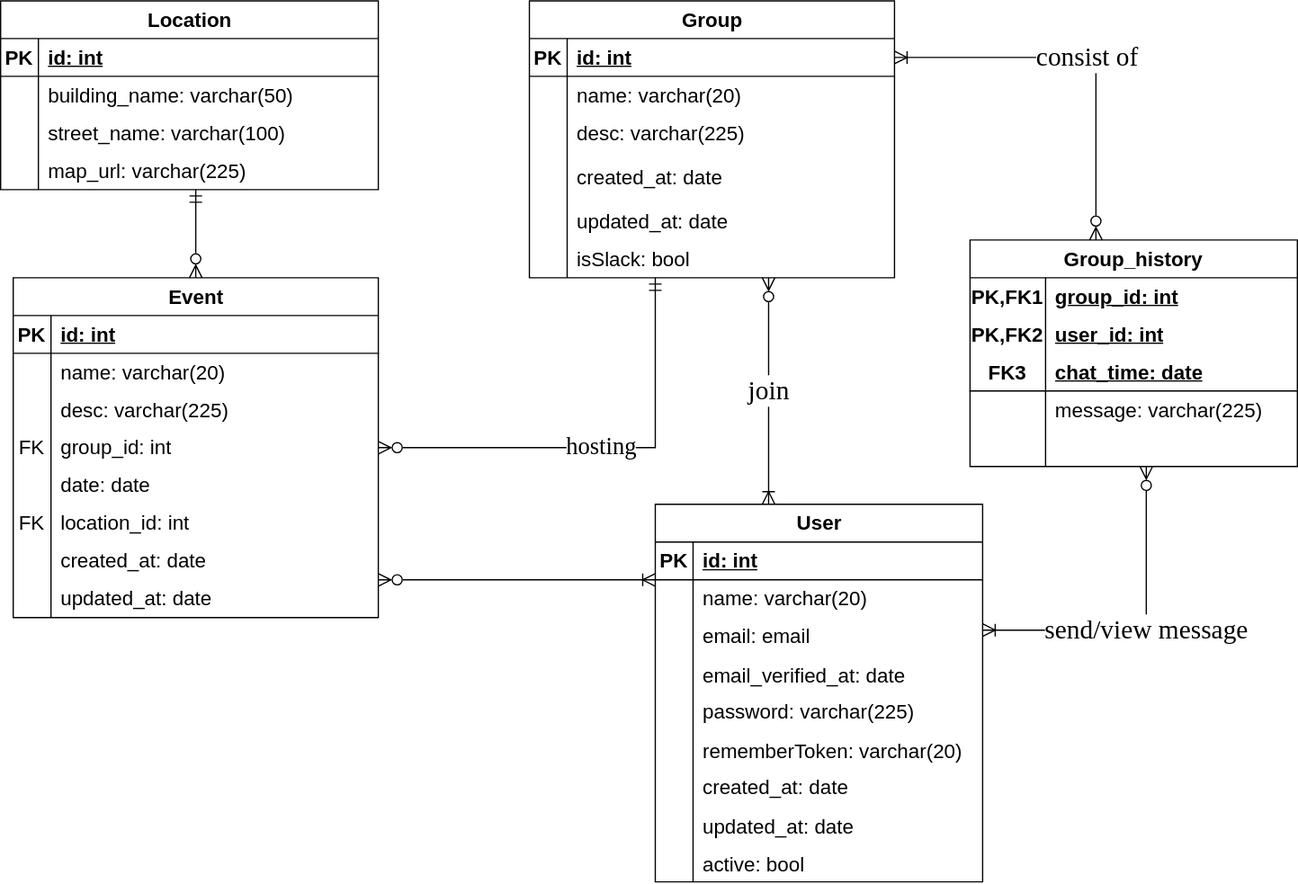
The draw.io diagram Tampa Bay Designer.drawio.svg in Aisha1098/intern, before a commit. Source tidied: cells renumbered, new cells last; positions are measured from the earlier drawing's top-left corner, leaving out a move shared by most shapes.
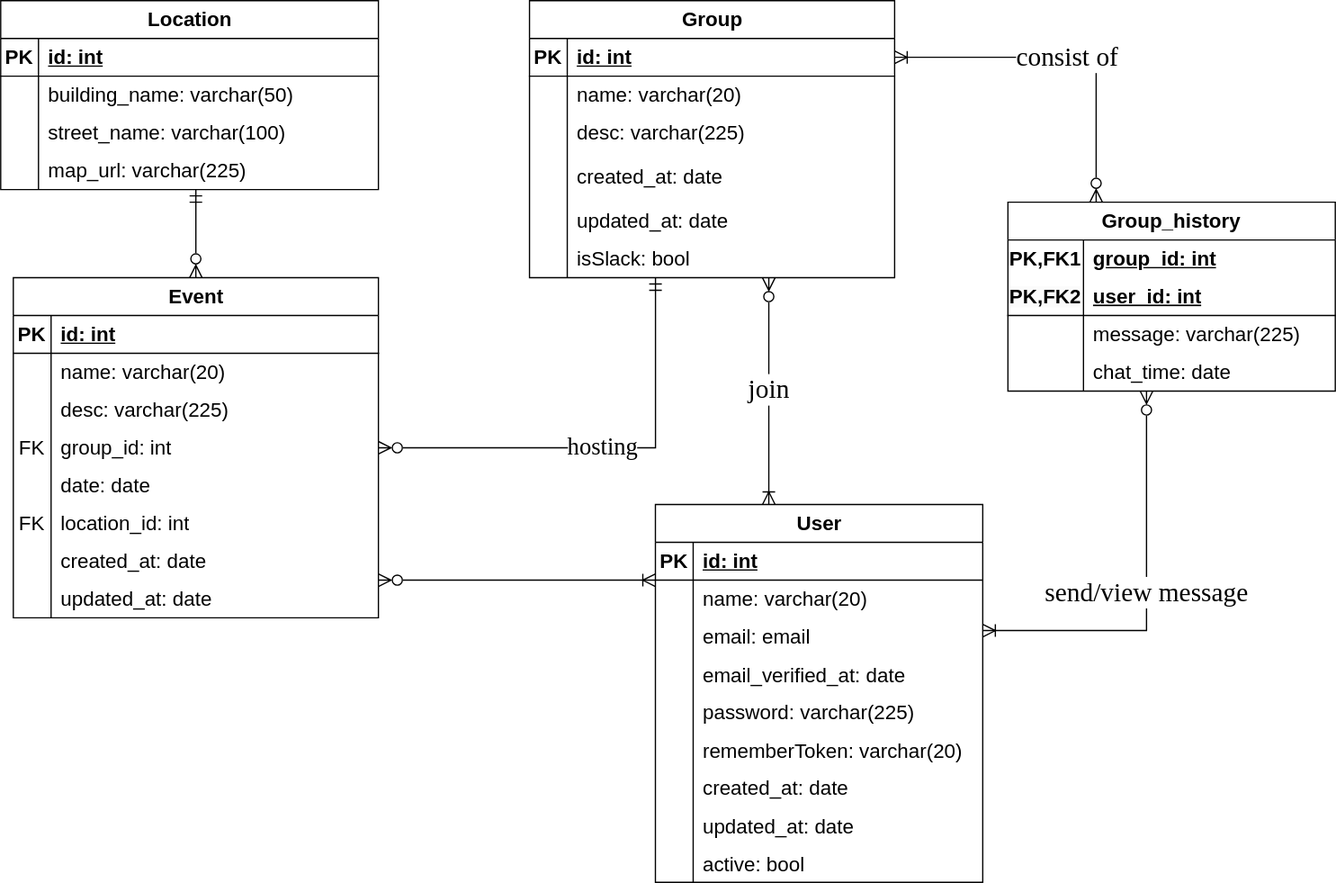
After the commit.

What changed in the source:
```diff
@@ -273,7 +273,7 @@
       <mxGeometry x="30" width="230" height="30" as="geometry" />
     </mxCell>
     <mxCell id="89" value="Group_history" style="shape=table;startSize=30;rowLines=0;fontStyle=1;align=center;html=1;whiteSpace=wrap;fontSize=16;" parent="1" vertex="1">
-      <mxGeometry x="770" y="190" width="260" height="180" as="geometry" />
+      <mxGeometry x="800" y="160" width="260" height="150" as="geometry" />
     </mxCell>
     <mxCell id="90" style="shape=tableRow;horizontal=0;startSize=0;swimlaneHead=0;swimlaneBody=0;fillColor=none;top=0;left=0;right=0;bottom=0;html=1;fontSize=16;" parent="89" vertex="1">
       <mxGeometry y="30" width="260" height="30" as="geometry" />
@@ -284,26 +284,17 @@
     <mxCell id="92" value="group_id: int" style="shape=partialRectangle;fillColor=none;top=0;left=0;bottom=0;right=0;align=left;spacingLeft=6;fontStyle=5;overflow=hidden;html=1;whiteSpace=wrap;fontSize=16;" parent="90" vertex="1">
       <mxGeometry x="60" width="200" height="30" as="geometry" />
     </mxCell>
-    <mxCell id="93" style="shape=tableRow;horizontal=0;startSize=0;swimlaneHead=0;swimlaneBody=0;fillColor=none;top=0;left=0;right=0;bottom=0;fontSize=16;" parent="89" vertex="1">
-      <mxGeometry y="60" width="260" height="30" as="geometry" />
-    </mxCell>
-    <mxCell id="94" value="&lt;b&gt;PK,FK2&lt;/b&gt;" style="shape=partialRectangle;fillColor=none;top=0;left=0;bottom=0;right=0;fontStyle=0;overflow=hidden;whiteSpace=wrap;html=1;fontSize=16;" parent="93" vertex="1">
-      <mxGeometry width="60" height="30" as="geometry" />
-    </mxCell>
-    <mxCell id="95" value="&lt;b&gt;&lt;u&gt;user_id: int&lt;/u&gt;&lt;/b&gt;" style="shape=partialRectangle;fillColor=none;top=0;left=0;bottom=0;right=0;align=left;spacingLeft=6;fontStyle=0;overflow=hidden;whiteSpace=wrap;html=1;fontSize=16;" parent="93" vertex="1">
-      <mxGeometry x="60" width="200" height="30" as="geometry" />
-    </mxCell>
     <mxCell id="96" style="shape=tableRow;horizontal=0;startSize=0;swimlaneHead=0;swimlaneBody=0;fillColor=none;top=0;left=0;right=0;bottom=1;html=1;fontSize=16;" parent="89" vertex="1">
-      <mxGeometry y="90" width="260" height="30" as="geometry" />
+      <mxGeometry y="60" width="260" height="30" as="geometry" />
     </mxCell>
-    <mxCell id="97" value="FK3" style="shape=partialRectangle;fillColor=none;top=0;left=0;bottom=0;right=0;fontStyle=1;overflow=hidden;html=1;whiteSpace=wrap;fontSize=16;" parent="96" vertex="1">
+    <mxCell id="97" value="&lt;b style=&quot;border-color: var(--border-color); color: rgb(0, 0, 0); font-family: Helvetica; font-size: 16px; font-style: normal; font-variant-ligatures: normal; font-variant-caps: normal; letter-spacing: normal; orphans: 2; text-align: center; text-indent: 0px; text-transform: none; widows: 2; word-spacing: 0px; -webkit-text-stroke-width: 0px; background-color: rgb(251, 251, 251); text-decoration-thickness: initial; text-decoration-style: initial; text-decoration-color: initial;&quot;&gt;PK,FK2&lt;/b&gt;" style="shape=partialRectangle;fillColor=none;top=0;left=0;bottom=0;right=0;fontStyle=1;overflow=hidden;html=1;whiteSpace=wrap;fontSize=16;" parent="96" vertex="1">
       <mxGeometry width="60" height="30" as="geometry" />
     </mxCell>
-    <mxCell id="98" value="chat_time: date" style="shape=partialRectangle;fillColor=none;top=0;left=0;bottom=0;right=0;align=left;spacingLeft=6;fontStyle=5;overflow=hidden;html=1;whiteSpace=wrap;fontSize=16;" parent="96" vertex="1">
+    <mxCell id="98" value="&lt;b style=&quot;border-color: var(--border-color);&quot;&gt;&lt;u style=&quot;border-color: var(--border-color);&quot;&gt;user_id: int&lt;/u&gt;&lt;/b&gt;" style="shape=partialRectangle;fillColor=none;top=0;left=0;bottom=0;right=0;align=left;spacingLeft=6;fontStyle=5;overflow=hidden;html=1;whiteSpace=wrap;fontSize=16;" parent="96" vertex="1">
       <mxGeometry x="60" width="200" height="30" as="geometry" />
     </mxCell>
     <mxCell id="99" style="shape=tableRow;horizontal=0;startSize=0;swimlaneHead=0;swimlaneBody=0;fillColor=none;top=0;left=0;right=0;bottom=0;html=1;fontSize=16;" parent="89" vertex="1">
-      <mxGeometry y="120" width="260" height="30" as="geometry" />
+      <mxGeometry y="90" width="260" height="30" as="geometry" />
     </mxCell>
     <mxCell id="100" style="shape=partialRectangle;fillColor=none;top=0;left=0;bottom=0;right=0;overflow=hidden;html=1;whiteSpace=wrap;fontSize=16;" parent="99" vertex="1">
       <mxGeometry width="60" height="30" as="geometry" />
@@ -312,12 +303,12 @@
       <mxGeometry x="60" width="200" height="30" as="geometry" />
     </mxCell>
     <mxCell id="102" style="shape=tableRow;horizontal=0;startSize=0;swimlaneHead=0;swimlaneBody=0;fillColor=none;top=0;left=0;right=0;bottom=0;html=1;fontSize=16;" parent="89" vertex="1">
-      <mxGeometry y="150" width="260" height="30" as="geometry" />
+      <mxGeometry y="120" width="260" height="30" as="geometry" />
     </mxCell>
     <mxCell id="103" style="shape=partialRectangle;fillColor=none;top=0;left=0;bottom=0;right=0;overflow=hidden;html=1;whiteSpace=wrap;fontSize=16;" parent="102" vertex="1">
       <mxGeometry width="60" height="30" as="geometry" />
     </mxCell>
-    <mxCell id="104" style="shape=partialRectangle;fillColor=none;top=0;left=0;bottom=0;right=0;align=left;spacingLeft=6;overflow=hidden;html=1;whiteSpace=wrap;fontSize=16;" parent="102" vertex="1">
+    <mxCell id="104" value="chat_time: date" style="shape=partialRectangle;fillColor=none;top=0;left=0;bottom=0;right=0;align=left;spacingLeft=6;overflow=hidden;html=1;whiteSpace=wrap;fontSize=16;" parent="102" vertex="1">
       <mxGeometry x="60" width="200" height="30" as="geometry" />
     </mxCell>
     <mxCell id="105" style="endArrow=ERzeroToMany;html=1;rounded=0;fontSize=21;startSize=8;endSize=8;edgeStyle=orthogonalEdgeStyle;endFill=0;startArrow=ERoneToMany;startFill=0;fontFamily=Permanent Marker;fontSource=https%3A%2F%2Ffonts.googleapis.com%2Fcss%3Ffamily%3DPermanent%2BMarker;" parent="1" edge="1" source="61" target="2">
```
